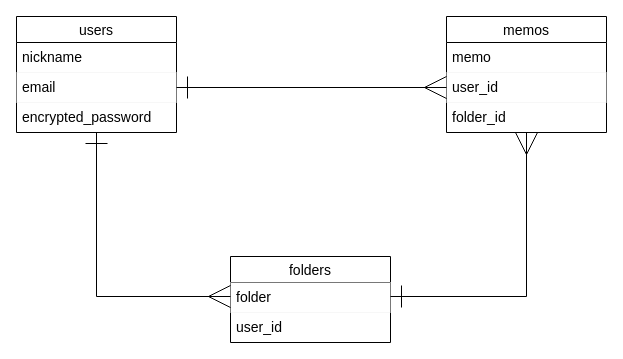
Before: memo.dio in jum113/memo-app, a draw.io diagram. Source tidied: cells renumbered, new cells numbered last; positions are measured from the earlier drawing's top-left corner, leaving out a move shared by most shapes. Both pictures are drawn from the tidied source at 100%, with x=0, y=0 at pixel (16, 16).
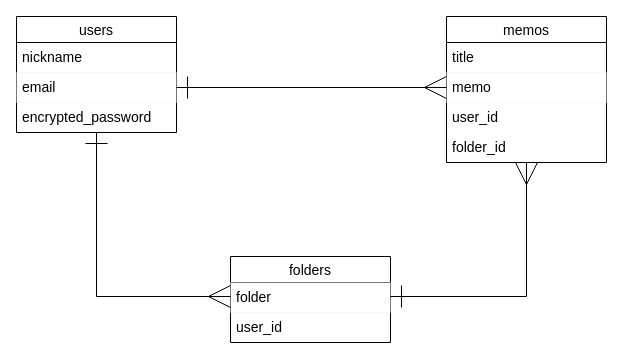
After the change.

What changed in the source:
```diff
@@
     <mxCell id="8" value="memos" style="swimlane;fontStyle=0;horizontal=1;startSize=26;align=center;fontSize=14;" parent="1" vertex="1">
-      <mxGeometry x="430" width="160" height="116" as="geometry" />
+      <mxGeometry x="430" width="160" height="146" as="geometry" />
     </mxCell>
-    <mxCell id="9" value="memo" style="text;strokeColor=none;fillColor=none;spacingLeft=4;spacingRight=4;overflow=hidden;fontSize=14;" parent="8" vertex="1">
+    <mxCell id="9" value="title" style="text;strokeColor=none;fillColor=none;spacingLeft=4;spacingRight=4;overflow=hidden;fontSize=14;" parent="8" vertex="1">
       <mxGeometry y="26" width="160" height="30" as="geometry" />
     </mxCell>
-    <mxCell id="10" value="user_id" style="text;fillColor=none;spacingLeft=4;spacingRight=4;overflow=hidden;points=[[0,0.5],[1,0.5]];portConstraint=eastwest;fontSize=14;strokeColor=#f0f0f0;opacity=50;" parent="8" vertex="1">
+    <mxCell id="10" value="memo" style="text;fillColor=none;spacingLeft=4;spacingRight=4;overflow=hidden;points=[[0,0.5],[1,0.5]];portConstraint=eastwest;fontSize=14;strokeColor=#f0f0f0;opacity=50;" parent="8" vertex="1">
       <mxGeometry y="56" width="160" height="30" as="geometry" />
     </mxCell>
-    <mxCell id="11" value="folder_id" style="text;strokeColor=none;fillColor=none;spacingLeft=4;spacingRight=4;overflow=hidden;fontSize=14;" parent="8" vertex="1">
+    <mxCell id="11" value="user_id" style="text;strokeColor=none;fillColor=none;spacingLeft=4;spacingRight=4;overflow=hidden;fontSize=14;" parent="8" vertex="1">
       <mxGeometry y="86" width="160" height="30" as="geometry" />
     </mxCell>
+    <mxCell id="18" value="folder_id" style="text;strokeColor=none;fillColor=none;spacingLeft=4;spacingRight=4;overflow=hidden;fontSize=14;" parent="8" vertex="1">
+      <mxGeometry y="116" width="160" height="30" as="geometry" />
+    </mxCell>
```
